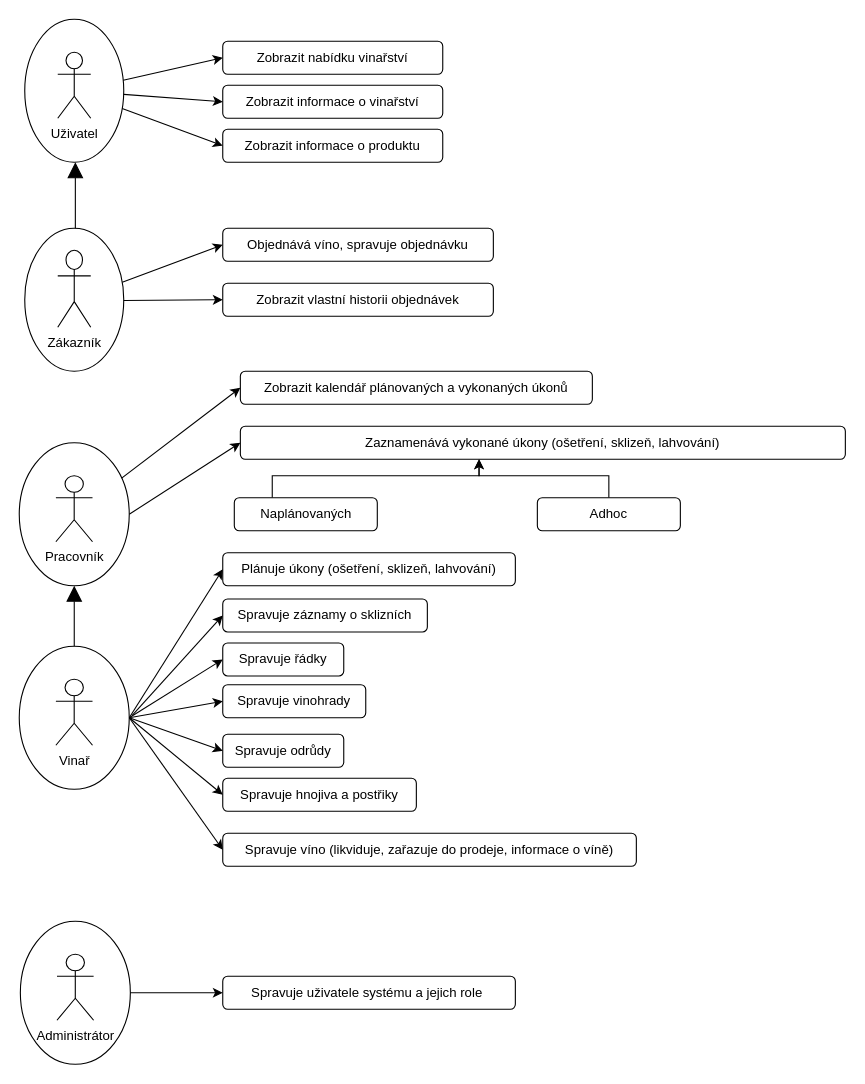
Before: docs/iis_use_case.drawio in MiroSatona/winery-information-system, a draw.io diagram. Source tidied: cells renumbered, new cells numbered last; positions are measured from the earlier drawing's top-left corner, leaving out a move shared by most shapes. Both pictures are drawn from the tidied source at 110%, with x=0, y=0 at pixel (19, 19).
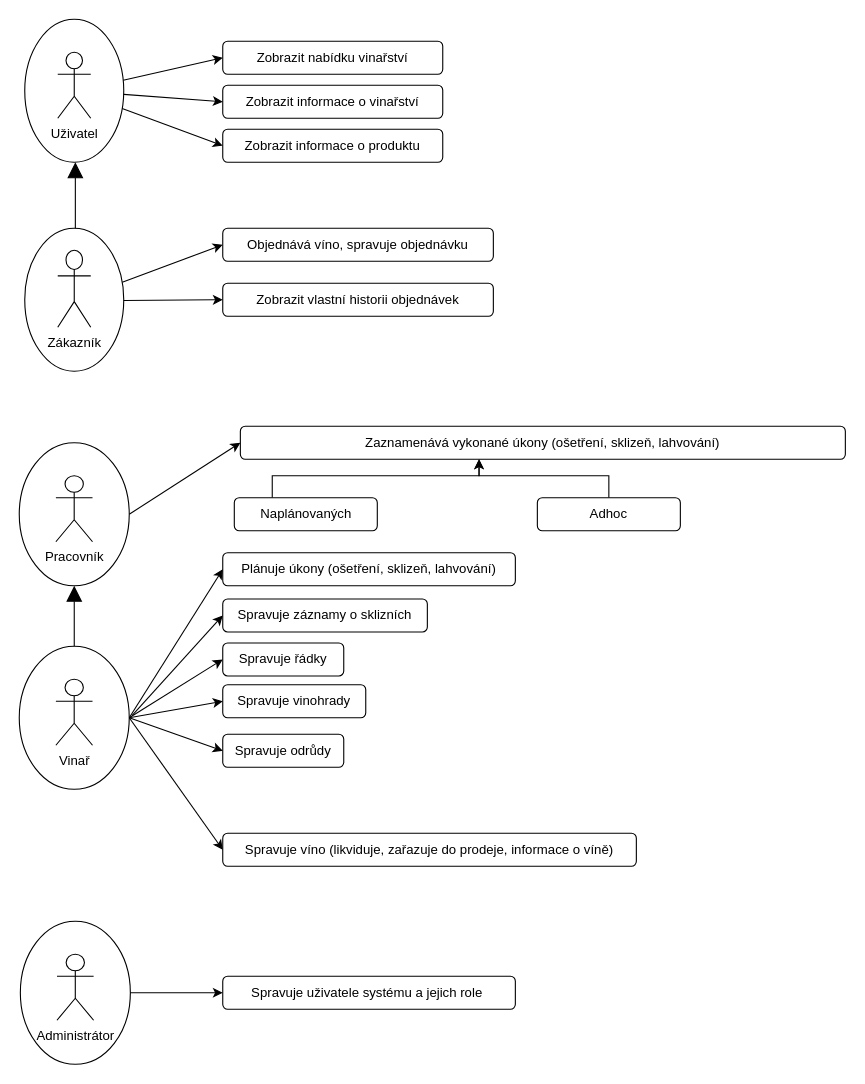
After the change.

Commit message:
docs: changed use case

Unchanged cells that the change refers to:
```xml
<mxCell id="12" style="ellipse;whiteSpace=wrap;html=1;" parent="11" vertex="1">
  <mxGeometry width="100" height="130" as="geometry" />
</mxCell>
<mxCell id="15" style="ellipse;whiteSpace=wrap;html=1;" parent="14" vertex="1">
  <mxGeometry width="100" height="130" as="geometry" />
</mxCell>
```

The edit, as a diff of the source:
```diff
@@
-    <mxCell id="41" value="Spravuje hnojiva a postřiky" style="rounded=1;whiteSpace=wrap;html=1;" parent="1" vertex="1">
-      <mxGeometry x="185" y="690" width="176" height="30" as="geometry" />
-    </mxCell>
-    <mxCell id="42" style="rounded=0;jettySize=auto;html=1;exitX=1;exitY=0.5;exitDx=0;exitDy=0;entryX=0;entryY=0.5;entryDx=0;entryDy=0;" parent="1" edge="1" source="15" target="41">
-      <mxGeometry relative="1" as="geometry" />
-    </mxCell>
@@
-    <mxCell id="51" value="Zobrazit kalendář plánovaných a vykonaných úkonů" style="rounded=1;whiteSpace=wrap;html=1;" parent="1" vertex="1">
-      <mxGeometry x="201" y="320" width="320" height="30" as="geometry" />
-    </mxCell>
-    <mxCell id="52" style="rounded=0;jettySize=auto;html=1;entryX=0;entryY=0.5;entryDx=0;entryDy=0;" parent="1" edge="1" source="12" target="51">
-      <mxGeometry relative="1" as="geometry" />
-    </mxCell>
```
